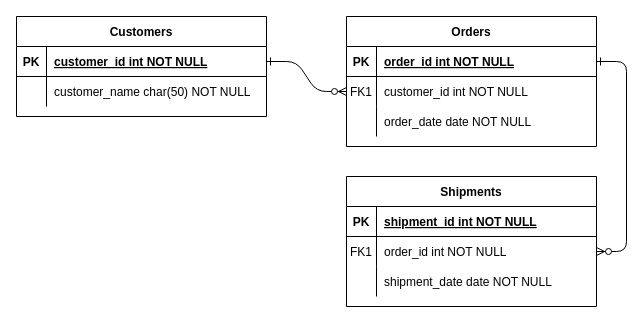
Above: Untitled Diagram.drawio in Almathex/Project-2 (draw.io), before the change. Source tidied: cells renumbered, new cells numbered last; positions are measured from the earlier drawing's top-left corner, leaving out a move shared by most shapes. Both pictures are drawn from the tidied source at 100%, with x=0, y=0 at pixel (16, 16).
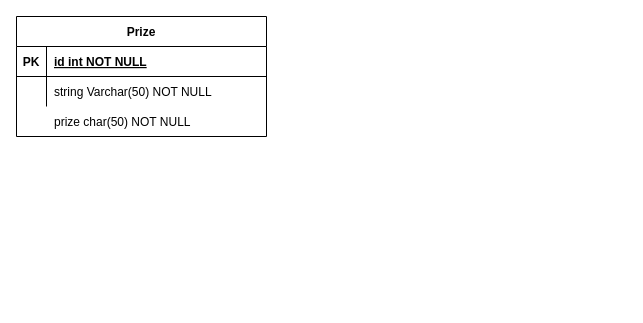
The same diagram, later.

Unchanged cells that the change refers to:
```xml
<mxCell id="25" style="shape=partialRectangle;fillColor=none;points=[[0,0.5],[1,0.5]];portConstraint=eastwest;top=0;left=0;right=0;bottom=1;" parent="24" vertex="1">
  <mxGeometry y="30" width="250" height="30" as="geometry" />
</mxCell>
<mxCell id="28" style="shape=partialRectangle;fillColor=none;top=0;left=0;right=0;bottom=0;" parent="24" vertex="1">
  <mxGeometry y="60" width="250" height="30" as="geometry" />
</mxCell>
```

What changed in the source:
```diff
@@
-    <mxCell id="2" style="edgeStyle=entityRelationEdgeStyle;endArrow=ERzeroToMany;startArrow=ERone;endFill=1;startFill=0;" parent="1" edge="1" source="25" target="8">
-      <mxGeometry relative="1" as="geometry" />
-    </mxCell>
-    <mxCell id="3" style="edgeStyle=entityRelationEdgeStyle;endArrow=ERzeroToMany;startArrow=ERone;endFill=1;startFill=0;" parent="1" edge="1" source="5" target="18">
-      <mxGeometry relative="1" as="geometry" />
-    </mxCell>
-    <mxCell id="4" value="Orders" style="shape=table;startSize=30;childLayout=tableLayout;rowLines=0;fontStyle=1;align=center;" parent="1" vertex="1">
-      <mxGeometry x="330" width="250" height="130" as="geometry" />
-    </mxCell>
-    <mxCell id="5" style="shape=partialRectangle;fillColor=none;points=[[0,0.5],[1,0.5]];portConstraint=eastwest;top=0;left=0;right=0;bottom=1;" parent="4" vertex="1">
-      <mxGeometry y="30" width="250" height="30" as="geometry" />
-    </mxCell>
-    <mxCell id="6" value="PK" style="shape=partialRectangle;overflow=hidden;fillColor=none;top=0;left=0;bottom=0;right=0;fontStyle=1;" parent="5" vertex="1">
-      <mxGeometry width="30" height="30" as="geometry" />
-    </mxCell>
-    <mxCell id="7" value="order_id int NOT NULL " style="shape=partialRectangle;overflow=hidden;fillColor=none;top=0;left=0;bottom=0;right=0;align=left;spacingLeft=6;fontStyle=5;" parent="5" vertex="1">
-      <mxGeometry x="30" width="220" height="30" as="geometry" />
-    </mxCell>
-    <mxCell id="8" style="shape=partialRectangle;fillColor=none;points=[[0,0.5],[1,0.5]];portConstraint=eastwest;top=0;left=0;right=0;bottom=0;" parent="4" vertex="1">
-      <mxGeometry y="60" width="250" height="30" as="geometry" />
-    </mxCell>
-    <mxCell id="9" value="FK1" style="shape=partialRectangle;overflow=hidden;fillColor=none;top=0;left=0;bottom=0;right=0;" parent="8" vertex="1">
-      <mxGeometry width="30" height="30" as="geometry" />
-    </mxCell>
-    <mxCell id="10" value="customer_id int NOT NULL" style="shape=partialRectangle;overflow=hidden;fillColor=none;top=0;left=0;bottom=0;right=0;align=left;spacingLeft=6;" parent="8" vertex="1">
-      <mxGeometry x="30" width="220" height="30" as="geometry" />
-    </mxCell>
-    <mxCell id="11" style="shape=partialRectangle;fillColor=none;top=0;left=0;right=0;bottom=0;" parent="4" vertex="1">
-      <mxGeometry y="90" width="250" height="30" as="geometry" />
-    </mxCell>
-    <mxCell id="12" style="shape=partialRectangle;overflow=hidden;fillColor=none;top=0;left=0;bottom=0;right=0;" parent="11" vertex="1">
-      <mxGeometry width="30" height="30" as="geometry" />
-    </mxCell>
-    <mxCell id="13" value="order_date date NOT NULL" style="shape=partialRectangle;overflow=hidden;fillColor=none;top=0;left=0;bottom=0;right=0;align=left;spacingLeft=6;" parent="11" vertex="1">
-      <mxGeometry x="30" width="220" height="30" as="geometry" />
-    </mxCell>
-    <mxCell id="14" value="Shipments" style="shape=table;startSize=30;childLayout=tableLayout;rowLines=0;fontStyle=1;align=center;" parent="1" vertex="1">
-      <mxGeometry x="330" y="160" width="250" height="130" as="geometry" />
-    </mxCell>
-    <mxCell id="15" style="shape=partialRectangle;fillColor=none;top=0;left=0;right=0;bottom=1;" parent="14" vertex="1">
-      <mxGeometry y="30" width="250" height="30" as="geometry" />
-    </mxCell>
-    <mxCell id="16" value="PK" style="shape=partialRectangle;overflow=hidden;fillColor=none;top=0;left=0;bottom=0;right=0;fontStyle=1;" parent="15" vertex="1">
-      <mxGeometry width="30" height="30" as="geometry" />
-    </mxCell>
-    <mxCell id="17" value="shipment_id int NOT NULL " style="shape=partialRectangle;overflow=hidden;fillColor=none;top=0;left=0;bottom=0;right=0;align=left;spacingLeft=6;fontStyle=5;" parent="15" vertex="1">
-      <mxGeometry x="30" width="220" height="30" as="geometry" />
-    </mxCell>
-    <mxCell id="18" style="shape=partialRectangle;fillColor=none;points=[[0,0.5],[1,0.5]];portConstraint=eastwest;top=0;left=0;right=0;bottom=0;" parent="14" vertex="1">
-      <mxGeometry y="60" width="250" height="30" as="geometry" />
-    </mxCell>
-    <mxCell id="19" value="FK1" style="shape=partialRectangle;overflow=hidden;fillColor=none;top=0;left=0;bottom=0;right=0;" parent="18" vertex="1">
-      <mxGeometry width="30" height="30" as="geometry" />
-    </mxCell>
-    <mxCell id="20" value="order_id int NOT NULL" style="shape=partialRectangle;overflow=hidden;fillColor=none;top=0;left=0;bottom=0;right=0;align=left;spacingLeft=6;" parent="18" vertex="1">
-      <mxGeometry x="30" width="220" height="30" as="geometry" />
-    </mxCell>
-    <mxCell id="21" style="shape=partialRectangle;fillColor=none;top=0;left=0;right=0;bottom=0;" parent="14" vertex="1">
-      <mxGeometry y="90" width="250" height="30" as="geometry" />
-    </mxCell>
-    <mxCell id="22" style="shape=partialRectangle;overflow=hidden;fillColor=none;top=0;left=0;bottom=0;right=0;" parent="21" vertex="1">
-      <mxGeometry width="30" height="30" as="geometry" />
-    </mxCell>
-    <mxCell id="23" value="shipment_date date NOT NULL" style="shape=partialRectangle;overflow=hidden;fillColor=none;top=0;left=0;bottom=0;right=0;align=left;spacingLeft=6;" parent="21" vertex="1">
-      <mxGeometry x="30" width="220" height="30" as="geometry" />
-    </mxCell>
-    <mxCell id="24" value="Customers" style="shape=table;startSize=30;childLayout=tableLayout;rowLines=0;fontStyle=1;align=center;" parent="1" vertex="1">
-      <mxGeometry width="250" height="100" as="geometry" />
+    <mxCell id="24" value="Prize" style="shape=table;startSize=30;childLayout=tableLayout;rowLines=0;fontStyle=1;align=center;" parent="1" vertex="1">
+      <mxGeometry width="250" height="120" as="geometry" />
     </mxCell>
@@
-    <mxCell id="27" value="customer_id int NOT NULL " style="shape=partialRectangle;overflow=hidden;fillColor=none;top=0;left=0;bottom=0;right=0;align=left;spacingLeft=6;fontStyle=5;" parent="25" vertex="1">
+    <mxCell id="27" value="id int NOT NULL " style="shape=partialRectangle;overflow=hidden;fillColor=none;top=0;left=0;bottom=0;right=0;align=left;spacingLeft=6;fontStyle=5;" parent="25" vertex="1">
       <mxGeometry x="30" width="220" height="30" as="geometry" />
     </mxCell>
@@
-    <mxCell id="30" value="customer_name char(50) NOT NULL" style="shape=partialRectangle;overflow=hidden;fillColor=none;top=0;left=0;bottom=0;right=0;align=left;spacingLeft=6;" parent="28" vertex="1">
+    <mxCell id="30" value="string Varchar(50) NOT NULL" style="shape=partialRectangle;overflow=hidden;fillColor=none;top=0;left=0;bottom=0;right=0;align=left;spacingLeft=6;" parent="28" vertex="1">
       <mxGeometry x="30" width="220" height="30" as="geometry" />
     </mxCell>
+    <mxCell id="31" value="prize char(50) NOT NULL" style="shape=partialRectangle;overflow=hidden;fillColor=none;top=0;left=0;bottom=0;right=0;align=left;spacingLeft=6;" parent="1" vertex="1">
+      <mxGeometry x="30" y="90" width="220" height="30" as="geometry" />
+    </mxCell>
```
